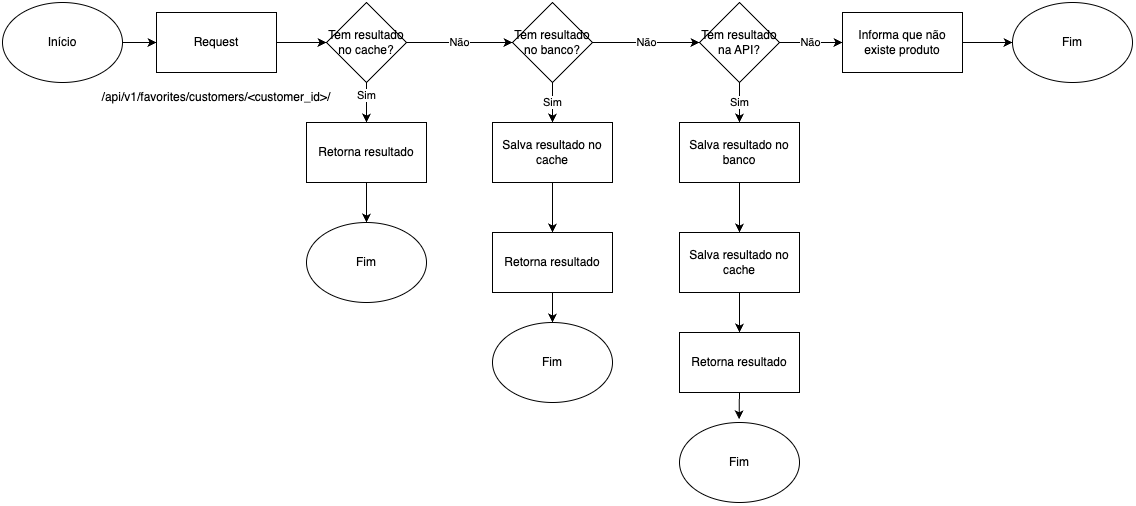
Before: docs/images/luizalabs-fluxo.drawio.png, a diagram exported from draw.io (fernandohtr/luizalabs-interview). Source tidied: cells renumbered, new cells last; positions are measured from the earlier drawing's top-left corner, leaving out a move shared by most shapes.
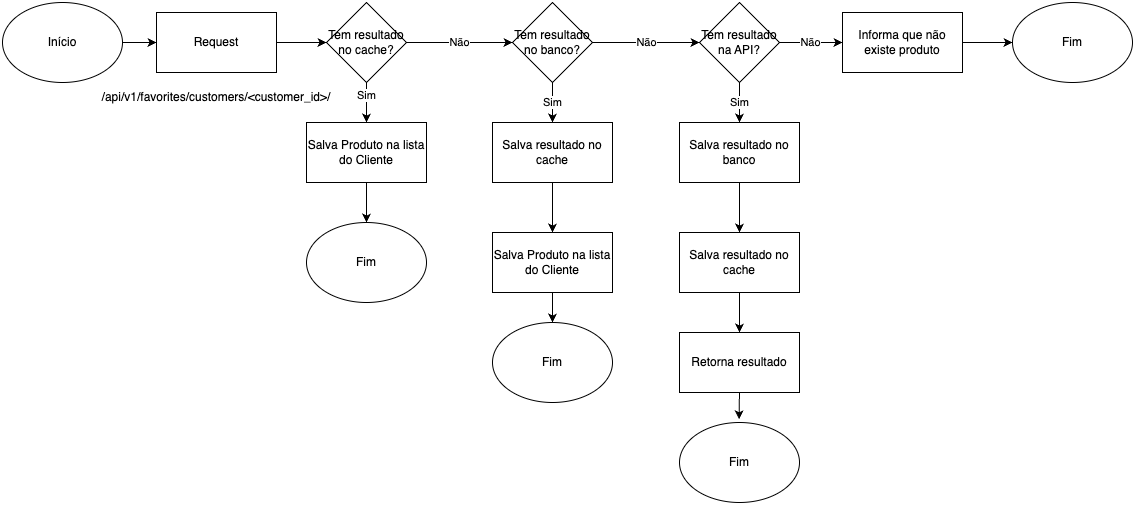
Above is the later version.

Commit message:
fix: adjust text in diagram

Diff of the diagram source:
```diff
@@ -29,7 +29,7 @@
     <mxCell id="10" style="edgeStyle=orthogonalEdgeStyle;rounded=0;jettySize=auto;html=1;exitX=0.5;exitY=1;exitDx=0;exitDy=0;entryX=0.5;entryY=0;entryDx=0;entryDy=0;" parent="1" edge="1" source="11" target="12">
       <mxGeometry relative="1" as="geometry" />
     </mxCell>
-    <mxCell id="11" value="Retorna resultado" style="rounded=0;whiteSpace=wrap;html=1;" parent="1" vertex="1">
+    <mxCell id="11" value="Salva Produto na lista do Cliente" style="rounded=0;whiteSpace=wrap;html=1;" parent="1" vertex="1">
       <mxGeometry x="304" y="120" width="120" height="60" as="geometry" />
     </mxCell>
     <mxCell id="12" value="Fim" style="ellipse;whiteSpace=wrap;html=1;" parent="1" vertex="1">
@@ -71,7 +71,7 @@
     <mxCell id="24" style="edgeStyle=orthogonalEdgeStyle;rounded=0;jettySize=auto;html=1;exitX=0.5;exitY=1;exitDx=0;exitDy=0;" parent="1" edge="1" source="25" target="18">
       <mxGeometry relative="1" as="geometry" />
     </mxCell>
-    <mxCell id="25" value="Retorna resultado" style="rounded=0;whiteSpace=wrap;html=1;" parent="1" vertex="1">
+    <mxCell id="25" value="Salva Produto na lista do Cliente" style="rounded=0;whiteSpace=wrap;html=1;" parent="1" vertex="1">
       <mxGeometry x="490" y="230" width="120" height="60" as="geometry" />
     </mxCell>
     <mxCell id="26" style="edgeStyle=orthogonalEdgeStyle;rounded=0;jettySize=auto;html=1;exitX=0.5;exitY=1;exitDx=0;exitDy=0;entryX=0.5;entryY=0;entryDx=0;entryDy=0;" parent="1" edge="1" source="27" target="28">
```
